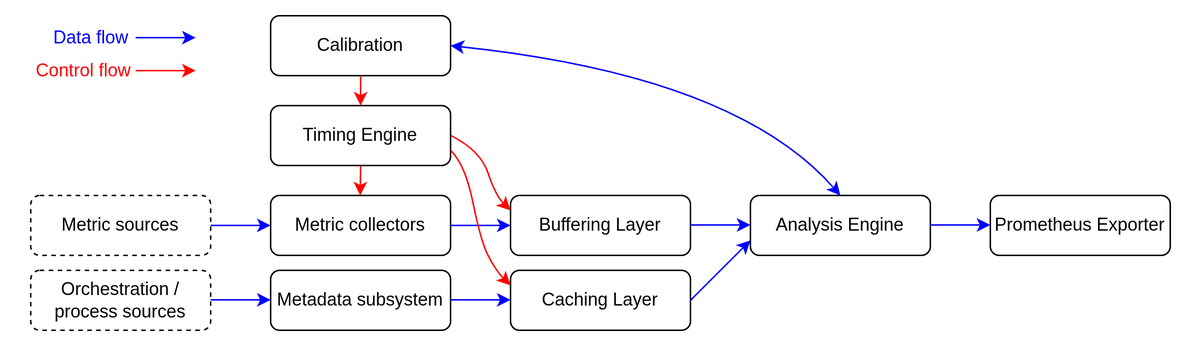
Before: thesis/MT/Figures/drawio/tycho_architecture_high.png, a diagram exported from draw.io (casparwackerle/PowerStack). Source tidied: cells renumbered, new cells last; positions are measured from the earlier drawing's top-left corner, leaving out a move shared by most shapes. Source of this version:
```xml
<mxGraphModel>
  <root>
    <mxCell id="0" />
    <mxCell id="1" parent="0" />
    <mxCell id="2" value="Metric sources" style="rounded=1;whiteSpace=wrap;html=1;strokeWidth=1;dashed=1;" parent="1" vertex="1">
      <mxGeometry x="10" y="120" width="120" height="40" as="geometry" />
    </mxCell>
    <mxCell id="3" value="Orchestration /&lt;br&gt;process sources" style="rounded=1;whiteSpace=wrap;html=1;strokeWidth=1;dashed=1;" parent="1" vertex="1">
      <mxGeometry x="10" y="170" width="120" height="40" as="geometry" />
    </mxCell>
    <mxCell id="4" value="Metric collectors" style="rounded=1;whiteSpace=wrap;html=1;strokeWidth=1;" parent="1" vertex="1">
      <mxGeometry x="170" y="120" width="120" height="40" as="geometry" />
    </mxCell>
    <mxCell id="5" value="Metadata subsystem" style="rounded=1;whiteSpace=wrap;html=1;strokeWidth=1;" parent="1" vertex="1">
      <mxGeometry x="170" y="170" width="120" height="40" as="geometry" />
    </mxCell>
    <mxCell id="6" value="Buffering Layer" style="rounded=1;whiteSpace=wrap;html=1;strokeWidth=1;" parent="1" vertex="1">
      <mxGeometry x="330" y="120" width="120" height="40" as="geometry" />
    </mxCell>
    <mxCell id="7" value="Caching Layer" style="rounded=1;whiteSpace=wrap;html=1;strokeWidth=1;" parent="1" vertex="1">
      <mxGeometry x="330" y="170" width="120" height="40" as="geometry" />
    </mxCell>
    <mxCell id="8" style="endArrow=classic;html=1;exitX=1;exitY=0.5;exitDx=0;exitDy=0;entryX=0;entryY=0.5;entryDx=0;entryDy=0;strokeWidth=1;strokeColor=#0000FF;" parent="1" edge="1" source="2" target="4">
      <mxGeometry relative="1" as="geometry" />
    </mxCell>
    <mxCell id="9" style="endArrow=classic;html=1;exitX=1;exitY=0.5;exitDx=0;exitDy=0;entryX=0;entryY=0.5;entryDx=0;entryDy=0;strokeWidth=1;strokeColor=#0000FF;" parent="1" edge="1">
      <mxGeometry relative="1" as="geometry">
        <mxPoint x="130" y="189.7" as="sourcePoint" />
        <mxPoint x="170" y="189.7" as="targetPoint" />
      </mxGeometry>
    </mxCell>
    <mxCell id="10" style="endArrow=classic;html=1;exitX=1;exitY=0.5;exitDx=0;exitDy=0;entryX=0;entryY=0.5;entryDx=0;entryDy=0;strokeWidth=1;strokeColor=#0000FF;" parent="1" edge="1">
      <mxGeometry relative="1" as="geometry">
        <mxPoint x="290" y="140" as="sourcePoint" />
        <mxPoint x="330" y="140" as="targetPoint" />
      </mxGeometry>
    </mxCell>
    <mxCell id="11" style="endArrow=classic;html=1;exitX=1;exitY=0.5;exitDx=0;exitDy=0;entryX=0;entryY=0.5;entryDx=0;entryDy=0;strokeWidth=1;strokeColor=#0000FF;" parent="1" edge="1">
      <mxGeometry relative="1" as="geometry">
        <mxPoint x="290" y="189.7" as="sourcePoint" />
        <mxPoint x="330" y="189.7" as="targetPoint" />
      </mxGeometry>
    </mxCell>
    <mxCell id="12" value="Analysis Engine" style="rounded=1;whiteSpace=wrap;html=1;strokeWidth=1;" parent="1" vertex="1">
      <mxGeometry x="490" y="120" width="120" height="40" as="geometry" />
    </mxCell>
    <mxCell id="13" value="Timing Engine" style="rounded=1;whiteSpace=wrap;html=1;strokeWidth=1;" parent="1" vertex="1">
      <mxGeometry x="170" y="60" width="120" height="40" as="geometry" />
    </mxCell>
    <mxCell id="14" style="endArrow=classic;html=1;entryX=0.417;entryY=0;entryDx=0;entryDy=0;strokeWidth=1;entryPerimeter=0;strokeColor=#FF0000;" parent="1" edge="1">
      <mxGeometry relative="1" as="geometry">
        <mxPoint x="230" y="100" as="sourcePoint" />
        <mxPoint x="229.7" y="120" as="targetPoint" />
      </mxGeometry>
    </mxCell>
    <mxCell id="15" value="Calibration" style="rounded=1;whiteSpace=wrap;html=1;strokeWidth=1;" parent="1" vertex="1">
      <mxGeometry x="170" width="120" height="40" as="geometry" />
    </mxCell>
    <mxCell id="16" style="endArrow=classic;html=1;exitX=0.5;exitY=1;exitDx=0;exitDy=0;entryX=0.5;entryY=0;entryDx=0;entryDy=0;strokeWidth=1;strokeColor=#FF0000;" parent="1" edge="1" source="15" target="13">
      <mxGeometry relative="1" as="geometry" />
    </mxCell>
    <mxCell id="17" style="endArrow=classic;html=1;exitX=1;exitY=0.5;exitDx=0;exitDy=0;entryX=0;entryY=0.5;entryDx=0;entryDy=0;strokeWidth=1;strokeColor=#0000FF;" parent="1" edge="1">
      <mxGeometry relative="1" as="geometry">
        <mxPoint x="450" y="139.7" as="sourcePoint" />
        <mxPoint x="490" y="139.7" as="targetPoint" />
      </mxGeometry>
    </mxCell>
    <mxCell id="18" style="endArrow=classic;html=1;exitX=1;exitY=0.5;exitDx=0;exitDy=0;entryX=0;entryY=0.75;entryDx=0;entryDy=0;strokeWidth=1;rounded=0;curved=1;strokeColor=#0000FF;" parent="1" edge="1" source="7" target="12">
      <mxGeometry relative="1" as="geometry" />
    </mxCell>
    <mxCell id="19" value="Prometheus Exporter" style="rounded=1;whiteSpace=wrap;html=1;strokeWidth=1;" parent="1" vertex="1">
      <mxGeometry x="650" y="120" width="120" height="40" as="geometry" />
    </mxCell>
    <mxCell id="20" style="endArrow=classic;html=1;exitX=1;exitY=0.5;exitDx=0;exitDy=0;entryX=0;entryY=0.5;entryDx=0;entryDy=0;strokeWidth=1;strokeColor=#0000FF;" parent="1" edge="1">
      <mxGeometry relative="1" as="geometry">
        <mxPoint x="610" y="139.7" as="sourcePoint" />
        <mxPoint x="650" y="139.7" as="targetPoint" />
      </mxGeometry>
    </mxCell>
    <mxCell id="21" style="endArrow=classic;startArrow=classic;html=1;entryX=1;entryY=0.5;entryDx=0;entryDy=0;exitX=0.5;exitY=0;exitDx=0;exitDy=0;strokeWidth=1;rounded=0;curved=1;strokeColor=#0000FF;" parent="1" edge="1" source="12" target="15">
      <mxGeometry relative="1" as="geometry">
        <Array as="points">
          <mxPoint x="480" y="40" />
        </Array>
      </mxGeometry>
    </mxCell>
    <mxCell id="22" style="endArrow=classic;html=1;exitX=1;exitY=0.5;exitDx=0;exitDy=0;entryX=0;entryY=0.5;entryDx=0;entryDy=0;strokeWidth=1;strokeColor=#0000FF;" parent="1" edge="1">
      <mxGeometry relative="1" as="geometry">
        <mxPoint x="80" y="14.6" as="sourcePoint" />
        <mxPoint x="120" y="14.6" as="targetPoint" />
      </mxGeometry>
    </mxCell>
    <mxCell id="23" value="&lt;font style=&quot;color: rgb(0, 0, 255);&quot;&gt;Data flow&lt;/font&gt;" style="text;html=1;align=center;verticalAlign=middle;strokeColor=none;fillColor=none;strokeWidth=1;" parent="1" vertex="1">
      <mxGeometry x="15" width="70" height="30" as="geometry" />
    </mxCell>
    <mxCell id="24" style="endArrow=classic;html=1;exitX=1;exitY=0.5;exitDx=0;exitDy=0;entryX=0;entryY=0.5;entryDx=0;entryDy=0;strokeWidth=1;strokeColor=#FF0000;" parent="1" edge="1">
      <mxGeometry relative="1" as="geometry">
        <mxPoint x="80" y="36.6" as="sourcePoint" />
        <mxPoint x="120" y="36.6" as="targetPoint" />
      </mxGeometry>
    </mxCell>
    <mxCell id="25" value="&lt;font style=&quot;color: rgb(255, 0, 0);&quot;&gt;Control flow&lt;/font&gt;" style="text;html=1;align=center;verticalAlign=middle;strokeColor=none;fillColor=none;" parent="1" vertex="1">
      <mxGeometry y="22" width="90" height="30" as="geometry" />
    </mxCell>
    <mxCell id="26" style="endArrow=classic;html=1;entryX=0;entryY=0.25;entryDx=0;entryDy=0;strokeWidth=1;strokeColor=#FF0000;rounded=0;curved=1;" parent="1" edge="1" target="6">
      <mxGeometry relative="1" as="geometry">
        <mxPoint x="290.3" y="80" as="sourcePoint" />
        <Array as="points">
          <mxPoint x="310" y="90" />
          <mxPoint x="320" y="120" />
        </Array>
      </mxGeometry>
    </mxCell>
    <mxCell id="27" style="endArrow=classic;html=1;entryX=0;entryY=0.25;entryDx=0;entryDy=0;strokeWidth=1;strokeColor=#FF0000;rounded=0;curved=1;" parent="1" edge="1" target="7">
      <mxGeometry relative="1" as="geometry">
        <mxPoint x="290.3" y="90" as="sourcePoint" />
        <Array as="points">
          <mxPoint x="300" y="100" />
          <mxPoint x="310" y="150" />
          <mxPoint x="320" y="170" />
        </Array>
      </mxGeometry>
    </mxCell>
  </root>
</mxGraphModel>
```
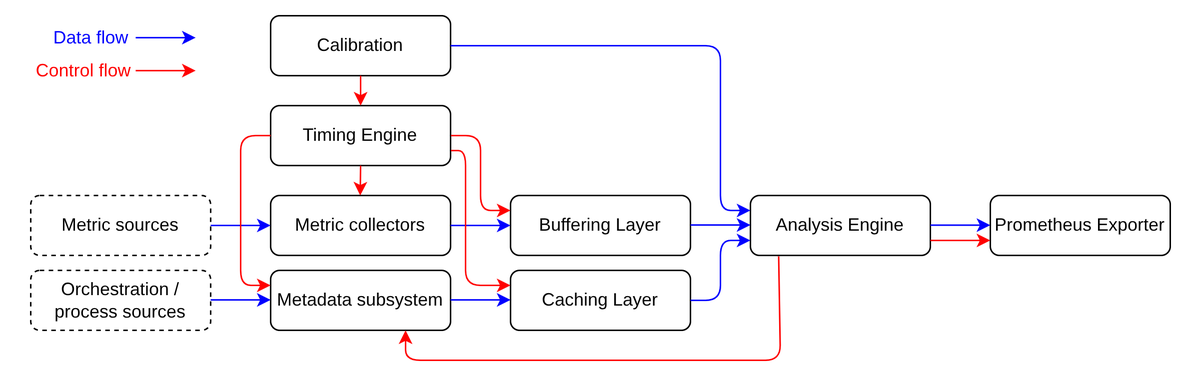
After the change.

The edit, as a diff of the source:
```diff
@@ -65,25 +65,23 @@
         <mxPoint x="490" y="139.7" as="targetPoint" />
       </mxGeometry>
     </mxCell>
-    <mxCell id="18" style="endArrow=classic;html=1;exitX=1;exitY=0.5;exitDx=0;exitDy=0;entryX=0;entryY=0.75;entryDx=0;entryDy=0;strokeWidth=1;rounded=0;curved=1;strokeColor=#0000FF;" parent="1" edge="1" source="7" target="12">
-      <mxGeometry relative="1" as="geometry" />
+    <mxCell id="18" style="endArrow=classic;html=1;exitX=1;exitY=0.5;exitDx=0;exitDy=0;entryX=0;entryY=0.75;entryDx=0;entryDy=0;strokeWidth=1;rounded=1;curved=0;strokeColor=#0000FF;" parent="1" edge="1" source="7" target="12">
+      <mxGeometry relative="1" as="geometry">
+        <Array as="points">
+          <mxPoint x="470" y="190" />
+          <mxPoint x="470" y="150" />
+        </Array>
+      </mxGeometry>
     </mxCell>
     <mxCell id="19" value="Prometheus Exporter" style="rounded=1;whiteSpace=wrap;html=1;strokeWidth=1;" parent="1" vertex="1">
       <mxGeometry x="650" y="120" width="120" height="40" as="geometry" />
     </mxCell>
     <mxCell id="20" style="endArrow=classic;html=1;exitX=1;exitY=0.5;exitDx=0;exitDy=0;entryX=0;entryY=0.5;entryDx=0;entryDy=0;strokeWidth=1;strokeColor=#0000FF;" parent="1" edge="1">
       <mxGeometry relative="1" as="geometry">
-        <mxPoint x="610" y="139.7" as="sourcePoint" />
-        <mxPoint x="650" y="139.7" as="targetPoint" />
+        <mxPoint x="610" y="139.8" as="sourcePoint" />
+        <mxPoint x="650" y="139.8" as="targetPoint" />
       </mxGeometry>
     </mxCell>
-    <mxCell id="21" style="endArrow=classic;startArrow=classic;html=1;entryX=1;entryY=0.5;entryDx=0;entryDy=0;exitX=0.5;exitY=0;exitDx=0;exitDy=0;strokeWidth=1;rounded=0;curved=1;strokeColor=#0000FF;" parent="1" edge="1" source="12" target="15">
-      <mxGeometry relative="1" as="geometry">
-        <Array as="points">
-          <mxPoint x="480" y="40" />
-        </Array>
-      </mxGeometry>
-    </mxCell>
     <mxCell id="22" style="endArrow=classic;html=1;exitX=1;exitY=0.5;exitDx=0;exitDy=0;entryX=0;entryY=0.5;entryDx=0;entryDy=0;strokeWidth=1;strokeColor=#0000FF;" parent="1" edge="1">
       <mxGeometry relative="1" as="geometry">
         <mxPoint x="80" y="14.6" as="sourcePoint" />
@@ -102,24 +100,55 @@
     <mxCell id="25" value="&lt;font style=&quot;color: rgb(255, 0, 0);&quot;&gt;Control flow&lt;/font&gt;" style="text;html=1;align=center;verticalAlign=middle;strokeColor=none;fillColor=none;" parent="1" vertex="1">
       <mxGeometry y="22" width="90" height="30" as="geometry" />
     </mxCell>
-    <mxCell id="26" style="endArrow=classic;html=1;entryX=0;entryY=0.25;entryDx=0;entryDy=0;strokeWidth=1;strokeColor=#FF0000;rounded=0;curved=1;" parent="1" edge="1" target="6">
+    <mxCell id="26" style="endArrow=classic;html=1;entryX=0;entryY=0.25;entryDx=0;entryDy=0;strokeWidth=1;strokeColor=#FF0000;rounded=1;curved=0;" parent="1" edge="1" target="6">
       <mxGeometry relative="1" as="geometry">
         <mxPoint x="290.3" y="80" as="sourcePoint" />
         <Array as="points">
-          <mxPoint x="310" y="90" />
-          <mxPoint x="320" y="120" />
+          <mxPoint x="310" y="80" />
+          <mxPoint x="310" y="130" />
         </Array>
       </mxGeometry>
     </mxCell>
-    <mxCell id="27" style="endArrow=classic;html=1;entryX=0;entryY=0.25;entryDx=0;entryDy=0;strokeWidth=1;strokeColor=#FF0000;rounded=0;curved=1;" parent="1" edge="1" target="7">
+    <mxCell id="27" style="endArrow=classic;html=1;entryX=0;entryY=0.25;entryDx=0;entryDy=0;strokeWidth=1;strokeColor=#FF0000;rounded=1;curved=0;" parent="1" edge="1" target="7">
       <mxGeometry relative="1" as="geometry">
         <mxPoint x="290.3" y="90" as="sourcePoint" />
         <Array as="points">
-          <mxPoint x="300" y="100" />
-          <mxPoint x="310" y="150" />
-          <mxPoint x="320" y="170" />
+          <mxPoint x="300" y="90" />
+          <mxPoint x="300" y="180" />
         </Array>
       </mxGeometry>
     </mxCell>
+    <mxCell id="28" style="endArrow=classic;html=1;entryX=0;entryY=0.25;entryDx=0;entryDy=0;strokeWidth=1;strokeColor=#0000FF;" parent="1" edge="1" target="12">
+      <mxGeometry relative="1" as="geometry">
+        <mxPoint x="290" y="20" as="sourcePoint" />
+        <Array as="points">
+          <mxPoint x="470" y="20" />
+          <mxPoint x="470" y="130" />
+        </Array>
+      </mxGeometry>
+    </mxCell>
+    <mxCell id="29" style="endArrow=classic;html=1;entryX=0.75;entryY=1;entryDx=0;entryDy=0;strokeWidth=1;strokeColor=#FF0000;exitX=0.157;exitY=1.016;exitDx=0;exitDy=0;exitPerimeter=0;" parent="1" edge="1" source="12" target="5">
+      <mxGeometry relative="1" as="geometry">
+        <Array as="points">
+          <mxPoint x="510" y="230" />
+          <mxPoint x="260" y="230" />
+        </Array>
+      </mxGeometry>
+    </mxCell>
+    <mxCell id="30" style="endArrow=classic;html=1;strokeWidth=1;strokeColor=#FF0000;exitX=1;exitY=0.75;exitDx=0;exitDy=0;entryX=0;entryY=0.75;entryDx=0;entryDy=0;" parent="1" edge="1" source="12" target="19">
+      <mxGeometry relative="1" as="geometry">
+        <Array as="points">
+          <mxPoint x="630" y="150" />
+        </Array>
+      </mxGeometry>
+    </mxCell>
+    <mxCell id="31" style="endArrow=classic;html=1;entryX=0;entryY=0.25;entryDx=0;entryDy=0;strokeWidth=1;strokeColor=#FF0000;exitX=0;exitY=0.5;exitDx=0;exitDy=0;" parent="1" edge="1" source="13" target="5">
+      <mxGeometry relative="1" as="geometry">
+        <Array as="points">
+          <mxPoint x="150" y="80" />
+          <mxPoint x="150" y="180" />
+        </Array>
+      </mxGeometry>
+    </mxCell>
   </root>
 </mxGraphModel>
```
